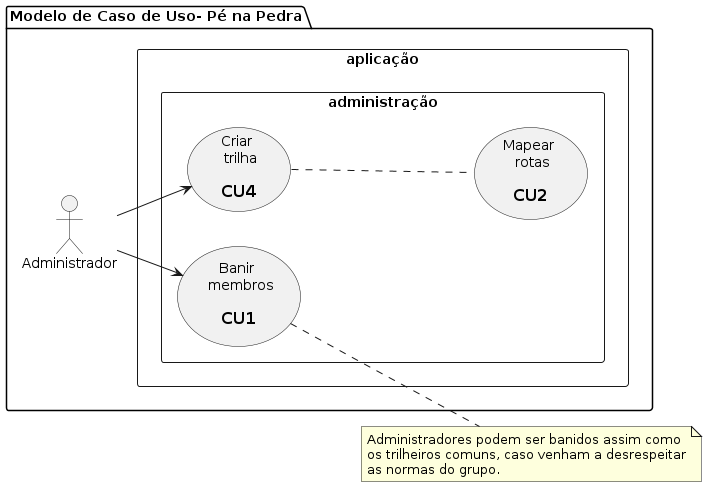
The PlantUML diagram docs/diagrams/out/usecases_diagrams/pe_na_pedra_usecase_2.png in tiagors09/pe_na_pedra, before a commit.
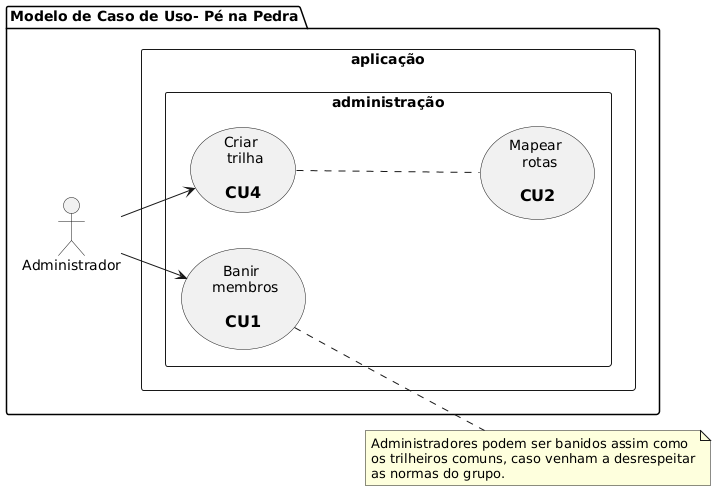
Later version of the same file.

Diff of the diagram source:
```diff
@@ -1,5 +1,5 @@
-@startuml pe_na_pedra_usecase_2
-  left to right direction
+@startuml
+left to right direction
 
   package "Modelo de Caso de Uso- Pé na Pedra" {
 
```
